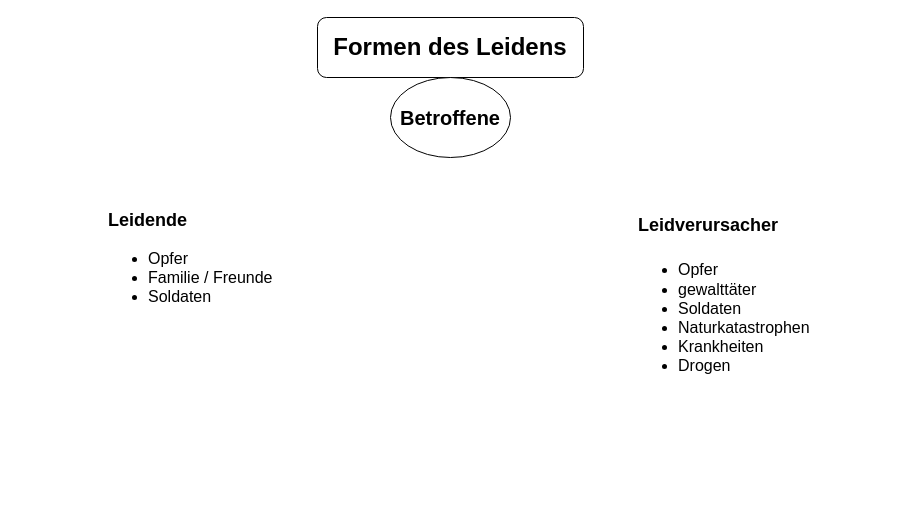
Maxbleibtgeheim/WBS-Norderstedt keeps this draw.io diagram as _Sonstige_/Diagramme/XML/Formen des Leidens.drawio. Above is the earlier version. Source tidied: cells renumbered, new cells numbered last; positions are measured from the earlier drawing's top-left corner, leaving out a move shared by most shapes. Both pictures are drawn from the tidied source at 100%, with x=0, y=0 at pixel (106, 17).
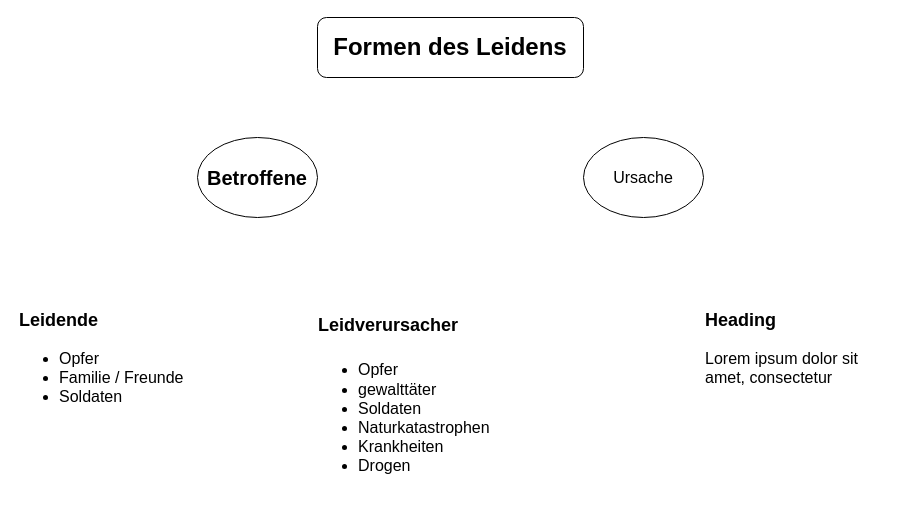
Above is the later version.

What changed in the source:
```diff
@@
 <mxGraphModel>
   <root>
     <mxCell id="0" />
     <mxCell id="1" parent="0" />
     <mxCell id="2" value="&lt;b&gt;&lt;font style=&quot;font-size: 24px;&quot;&gt;Formen des Leidens&lt;/font&gt;&lt;/b&gt;" style="rounded=1;whiteSpace=wrap;html=1;" parent="1" vertex="1">
       <mxGeometry x="211" width="266" height="60" as="geometry" />
     </mxCell>
     <mxCell id="3" value="&lt;font size=&quot;1&quot; style=&quot;&quot;&gt;&lt;b style=&quot;font-size: 20px;&quot;&gt;Betroffene&lt;/b&gt;&lt;/font&gt;" style="ellipse;whiteSpace=wrap;html=1;" parent="1" vertex="1">
-      <mxGeometry x="284" y="60" width="120" height="80" as="geometry" />
+      <mxGeometry x="91" y="120" width="120" height="80" as="geometry" />
     </mxCell>
     <mxCell id="4" value="&lt;h1 style=&quot;margin-top: 0px;&quot;&gt;&lt;font style=&quot;font-size: 18px;&quot;&gt;Leidende&lt;/font&gt;&lt;/h1&gt;&lt;p&gt;&lt;/p&gt;&lt;ul&gt;&lt;li style=&quot;font-size: 16px;&quot;&gt;Opfer&lt;/li&gt;&lt;li style=&quot;font-size: 16px;&quot;&gt;Familie / Freunde&lt;/li&gt;&lt;li style=&quot;font-size: 16px;&quot;&gt;Soldaten&lt;/li&gt;&lt;/ul&gt;&lt;p&gt;&lt;/p&gt;" style="text;html=1;whiteSpace=wrap;overflow=hidden;rounded=0;" parent="1" vertex="1">
-      <mxGeometry y="180" width="180" height="120" as="geometry" />
+      <mxGeometry x="-89" y="280" width="180" height="120" as="geometry" />
     </mxCell>
     <mxCell id="5" value="&lt;h1 style=&quot;margin-top: 0px; line-height: 160%;&quot;&gt;&lt;font style=&quot;font-size: 18px;&quot;&gt;Leidverursacher&lt;/font&gt;&lt;/h1&gt;&lt;p&gt;&lt;/p&gt;&lt;ul&gt;&lt;li style=&quot;font-size: 16px;&quot;&gt;Opfer&lt;/li&gt;&lt;li style=&quot;font-size: 16px;&quot;&gt;gewalttäter&lt;/li&gt;&lt;li style=&quot;font-size: 16px;&quot;&gt;Soldaten&lt;/li&gt;&lt;li style=&quot;font-size: 16px;&quot;&gt;Naturkatastrophen&lt;/li&gt;&lt;li style=&quot;font-size: 16px;&quot;&gt;Krankheiten&lt;/li&gt;&lt;li style=&quot;font-size: 16px;&quot;&gt;Drogen&lt;/li&gt;&lt;/ul&gt;&lt;p&gt;&lt;/p&gt;" style="text;html=1;whiteSpace=wrap;overflow=hidden;rounded=0;" parent="1" vertex="1">
-      <mxGeometry x="530" y="180" width="180" height="190" as="geometry" />
+      <mxGeometry x="210" y="280" width="180" height="190" as="geometry" />
     </mxCell>
+    <mxCell id="6" value="&lt;font style=&quot;font-size: 16px;&quot;&gt;Ursache&lt;/font&gt;" style="ellipse;whiteSpace=wrap;html=1;" parent="1" vertex="1">
+      <mxGeometry x="477" y="120" width="120" height="80" as="geometry" />
+    </mxCell>
+    <mxCell id="7" value="&lt;h1 style=&quot;margin-top: 0px;&quot;&gt;&lt;font style=&quot;font-size: 18px;&quot;&gt;Heading&lt;/font&gt;&lt;/h1&gt;&lt;p&gt;&lt;font style=&quot;font-size: 16px;&quot;&gt;Lorem ipsum dolor sit amet, consectetur&lt;/font&gt;&lt;/p&gt;" style="text;html=1;whiteSpace=wrap;overflow=hidden;rounded=0;" parent="1" vertex="1">
+      <mxGeometry x="597" y="280" width="180" height="120" as="geometry" />
+    </mxCell>
   </root>
 </mxGraphModel>
```
